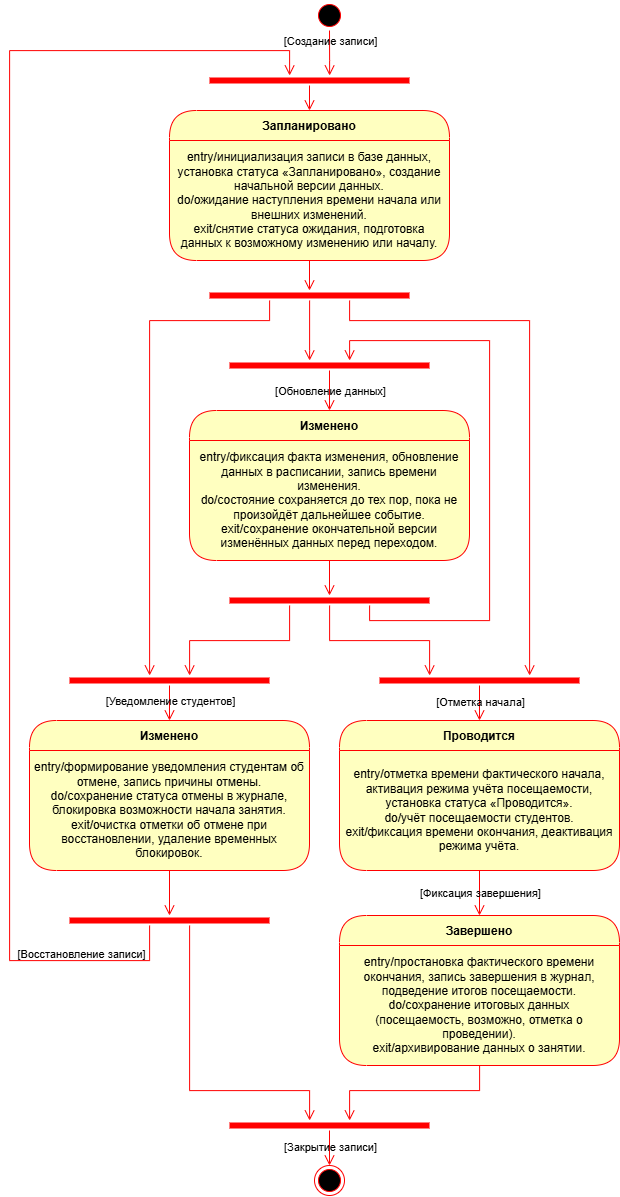
Earlier version of the draw.io export 6 семестр/Проектирование информационных систем/Практическая работа №7/ДиаграммаСостояний.drawio.png (Hohrandrey/RTU_MIREA_2023-2027). Source tidied: cells renumbered, new cells last; positions are measured from the earlier drawing's top-left corner, leaving out a move shared by most shapes. The source it was exported from:
```xml
<mxGraphModel>
  <root>
    <mxCell id="0" />
    <mxCell id="1" parent="0" />
    <mxCell id="2" style="ellipse;html=1;shape=startState;fillColor=#000000;strokeColor=#ff0000;" parent="1" vertex="1">
      <mxGeometry x="305" width="30" height="30" as="geometry" />
    </mxCell>
    <mxCell id="3" style="edgeStyle=orthogonalEdgeStyle;html=1;verticalAlign=bottom;endArrow=open;endSize=8;strokeColor=#ff0000;rounded=0;" parent="1" edge="1" source="43" target="14">
      <mxGeometry relative="1" as="geometry" />
    </mxCell>
    <mxCell id="4" style="edgeStyle=orthogonalEdgeStyle;html=1;verticalAlign=bottom;endArrow=open;endSize=8;strokeColor=#ff0000;rounded=0;" parent="1" edge="1" source="36" target="5">
      <mxGeometry relative="1" as="geometry" />
    </mxCell>
    <mxCell id="5" style="shape=line;html=1;strokeWidth=6;strokeColor=#ff0000;" parent="1" vertex="1">
      <mxGeometry x="200" y="290" width="200" height="10" as="geometry" />
    </mxCell>
    <mxCell id="6" style="edgeStyle=orthogonalEdgeStyle;html=1;verticalAlign=bottom;endArrow=open;endSize=8;strokeColor=#ff0000;rounded=0;" parent="1" edge="1" source="37" target="40">
      <mxGeometry relative="1" as="geometry" />
    </mxCell>
    <mxCell id="7" value="[Обновление данных]" style="edgeLabel;html=1;align=center;verticalAlign=middle;labelBackgroundColor=none;" parent="6" vertex="1">
      <mxGeometry x="0.02" y="-3" relative="1" as="geometry">
        <mxPoint x="3" as="offset" />
      </mxGeometry>
    </mxCell>
    <mxCell id="8" style="edgeStyle=orthogonalEdgeStyle;html=1;verticalAlign=bottom;endArrow=open;endSize=8;strokeColor=#ff0000;rounded=0;" parent="1" edge="1" source="41" target="25">
      <mxGeometry relative="1" as="geometry" />
    </mxCell>
    <mxCell id="9" style="edgeStyle=orthogonalEdgeStyle;html=1;verticalAlign=bottom;endArrow=open;endSize=8;strokeColor=#ff0000;rounded=0;" parent="1" edge="1" source="5" target="21">
      <mxGeometry relative="1" as="geometry">
        <Array as="points">
          <mxPoint x="260" y="320" />
          <mxPoint x="140" y="320" />
        </Array>
      </mxGeometry>
    </mxCell>
    <mxCell id="10" style="edgeStyle=orthogonalEdgeStyle;html=1;verticalAlign=bottom;endArrow=open;endSize=8;strokeColor=#ff0000;rounded=0;fontSize=12;align=center;" parent="1" edge="1" source="2" target="12">
      <mxGeometry relative="1" as="geometry">
        <Array as="points">
          <mxPoint x="320" y="60" />
          <mxPoint x="320" y="60" />
        </Array>
      </mxGeometry>
    </mxCell>
    <mxCell id="11" value="&lt;span&gt;[Создание записи]&lt;/span&gt;" style="edgeLabel;html=1;align=center;verticalAlign=middle;labelBackgroundColor=none;" parent="10" vertex="1">
      <mxGeometry x="-0.14" relative="1" as="geometry">
        <mxPoint y="-10" as="offset" />
      </mxGeometry>
    </mxCell>
    <mxCell id="12" style="shape=line;html=1;strokeWidth=6;strokeColor=#ff0000;" parent="1" vertex="1">
      <mxGeometry x="200" y="75" width="200" height="10" as="geometry" />
    </mxCell>
    <mxCell id="13" style="edgeStyle=orthogonalEdgeStyle;html=1;verticalAlign=bottom;endArrow=open;endSize=8;strokeColor=#ff0000;rounded=0;" parent="1" edge="1" source="12" target="35">
      <mxGeometry relative="1" as="geometry" />
    </mxCell>
    <mxCell id="14" style="shape=line;html=1;strokeWidth=6;strokeColor=#ff0000;align=center;verticalAlign=middle;fontFamily=Helvetica;fontSize=11;fontColor=default;labelBackgroundColor=none;fillColor=none;gradientColor=none;" parent="1" vertex="1">
      <mxGeometry x="60" y="915" width="200" height="10" as="geometry" />
    </mxCell>
    <mxCell id="15" style="edgeStyle=orthogonalEdgeStyle;html=1;verticalAlign=bottom;endArrow=open;endSize=8;strokeColor=#ff0000;rounded=0;fontFamily=Helvetica;fontSize=11;fontColor=default;labelBackgroundColor=none;" parent="1" edge="1" source="14" target="12">
      <mxGeometry relative="1" as="geometry">
        <Array as="points">
          <mxPoint x="140" y="960" />
          <mxPoint y="960" />
          <mxPoint y="50" />
          <mxPoint x="280" y="50" />
        </Array>
      </mxGeometry>
    </mxCell>
    <mxCell id="16" value="[Восстановление записи]" style="edgeLabel;html=1;align=center;verticalAlign=middle;fontFamily=Helvetica;fontSize=11;fontColor=default;labelBackgroundColor=none;fillColor=none;gradientColor=none;" parent="15" vertex="1">
      <mxGeometry x="-0.78" y="-2" relative="1" as="geometry">
        <mxPoint x="49" y="-5" as="offset" />
      </mxGeometry>
    </mxCell>
    <mxCell id="17" style="shape=line;html=1;strokeWidth=6;strokeColor=#ff0000;align=center;verticalAlign=middle;fontFamily=Helvetica;fontSize=11;fontColor=default;labelBackgroundColor=none;fillColor=none;gradientColor=none;" parent="1" vertex="1">
      <mxGeometry x="370" y="675" width="200" height="10" as="geometry" />
    </mxCell>
    <mxCell id="18" style="edgeStyle=orthogonalEdgeStyle;html=1;verticalAlign=bottom;endArrow=open;endSize=8;strokeColor=#ff0000;rounded=0;fontFamily=Helvetica;fontSize=11;fontColor=default;labelBackgroundColor=none;" parent="1" edge="1" source="17" target="44">
      <mxGeometry relative="1" as="geometry" />
    </mxCell>
    <mxCell id="19" value="[Отметка начала]" style="edgeLabel;html=1;align=center;verticalAlign=middle;fontFamily=Helvetica;fontSize=11;fontColor=default;labelBackgroundColor=none;fillColor=none;gradientColor=none;" parent="18" vertex="1">
      <mxGeometry x="-0.3" y="-2" relative="1" as="geometry">
        <mxPoint x="2" y="3" as="offset" />
      </mxGeometry>
    </mxCell>
    <mxCell id="20" style="edgeStyle=orthogonalEdgeStyle;html=1;verticalAlign=bottom;endArrow=open;endSize=8;strokeColor=#ff0000;rounded=0;fontFamily=Helvetica;fontSize=11;fontColor=default;labelBackgroundColor=none;" parent="1" edge="1" source="5" target="17">
      <mxGeometry relative="1" as="geometry">
        <Array as="points">
          <mxPoint x="340" y="320" />
          <mxPoint x="520" y="320" />
        </Array>
      </mxGeometry>
    </mxCell>
    <mxCell id="21" style="shape=line;html=1;strokeWidth=6;strokeColor=#ff0000;align=center;verticalAlign=middle;fontFamily=Helvetica;fontSize=11;fontColor=default;labelBackgroundColor=none;fillColor=none;gradientColor=none;" parent="1" vertex="1">
      <mxGeometry x="60" y="675" width="200" height="10" as="geometry" />
    </mxCell>
    <mxCell id="22" style="edgeStyle=orthogonalEdgeStyle;html=1;verticalAlign=bottom;endArrow=open;endSize=8;strokeColor=#ff0000;rounded=0;fontFamily=Helvetica;fontSize=11;fontColor=default;labelBackgroundColor=none;" parent="1" edge="1" source="21" target="42">
      <mxGeometry relative="1" as="geometry" />
    </mxCell>
    <mxCell id="23" value="[Уведомление студентов]" style="edgeLabel;html=1;align=center;verticalAlign=middle;fontFamily=Helvetica;fontSize=11;fontColor=default;labelBackgroundColor=none;fillColor=none;gradientColor=none;" parent="22" vertex="1">
      <mxGeometry x="-0.27" y="2" relative="1" as="geometry">
        <mxPoint x="-2" y="2" as="offset" />
      </mxGeometry>
    </mxCell>
    <mxCell id="24" style="edgeStyle=orthogonalEdgeStyle;html=1;verticalAlign=bottom;endArrow=open;endSize=8;strokeColor=#ff0000;rounded=0;fontFamily=Helvetica;fontSize=11;fontColor=default;labelBackgroundColor=none;" parent="1" edge="1" source="25" target="21">
      <mxGeometry relative="1" as="geometry">
        <Array as="points">
          <mxPoint x="280" y="640" />
          <mxPoint x="180" y="640" />
        </Array>
      </mxGeometry>
    </mxCell>
    <mxCell id="25" style="shape=line;html=1;strokeWidth=6;strokeColor=#ff0000;align=center;verticalAlign=middle;fontFamily=Helvetica;fontSize=11;fontColor=default;labelBackgroundColor=none;fillColor=none;gradientColor=none;" parent="1" vertex="1">
      <mxGeometry x="220" y="595" width="200" height="10" as="geometry" />
    </mxCell>
    <mxCell id="26" style="edgeStyle=orthogonalEdgeStyle;html=1;verticalAlign=bottom;endArrow=open;endSize=8;strokeColor=#ff0000;rounded=0;fontFamily=Helvetica;fontSize=11;fontColor=default;labelBackgroundColor=none;" parent="1" edge="1" source="25" target="17">
      <mxGeometry relative="1" as="geometry">
        <Array as="points">
          <mxPoint x="320" y="640" />
          <mxPoint x="420" y="640" />
        </Array>
      </mxGeometry>
    </mxCell>
    <mxCell id="27" style="edgeStyle=orthogonalEdgeStyle;html=1;verticalAlign=bottom;endArrow=open;endSize=8;strokeColor=#ff0000;rounded=0;fontFamily=Helvetica;fontSize=11;fontColor=default;labelBackgroundColor=none;" parent="1" edge="1" source="47" target="30">
      <mxGeometry relative="1" as="geometry">
        <Array as="points">
          <mxPoint x="470" y="1090" />
          <mxPoint x="340" y="1090" />
        </Array>
      </mxGeometry>
    </mxCell>
    <mxCell id="28" style="edgeStyle=orthogonalEdgeStyle;html=1;verticalAlign=bottom;endArrow=open;endSize=8;strokeColor=#ff0000;rounded=0;fontFamily=Helvetica;fontSize=11;fontColor=default;labelBackgroundColor=none;" parent="1" edge="1" source="45" target="46">
      <mxGeometry relative="1" as="geometry" />
    </mxCell>
    <mxCell id="29" value="[Фиксация завершения]" style="edgeLabel;html=1;align=center;verticalAlign=middle;fontFamily=Helvetica;fontSize=11;fontColor=default;labelBackgroundColor=none;fillColor=none;gradientColor=none;" parent="28" vertex="1">
      <mxGeometry x="-0.23" relative="1" as="geometry">
        <mxPoint y="4" as="offset" />
      </mxGeometry>
    </mxCell>
    <mxCell id="30" style="shape=line;html=1;strokeWidth=6;strokeColor=#ff0000;align=center;verticalAlign=middle;fontFamily=Helvetica;fontSize=11;fontColor=default;labelBackgroundColor=none;fillColor=none;gradientColor=none;" parent="1" vertex="1">
      <mxGeometry x="220" y="1120" width="200" height="10" as="geometry" />
    </mxCell>
    <mxCell id="31" style="edgeStyle=orthogonalEdgeStyle;html=1;verticalAlign=bottom;endArrow=open;endSize=8;strokeColor=#ff0000;rounded=0;fontFamily=Helvetica;fontSize=11;fontColor=default;labelBackgroundColor=none;" parent="1" edge="1" source="30" target="34">
      <mxGeometry relative="1" as="geometry" />
    </mxCell>
    <mxCell id="32" value="[Закрытие записи]" style="edgeLabel;html=1;align=center;verticalAlign=middle;fontFamily=Helvetica;fontSize=11;fontColor=default;labelBackgroundColor=none;fillColor=none;gradientColor=none;" parent="31" vertex="1">
      <mxGeometry x="-0.1" relative="1" as="geometry" />
    </mxCell>
    <mxCell id="33" style="edgeStyle=orthogonalEdgeStyle;html=1;verticalAlign=bottom;endArrow=open;endSize=8;strokeColor=#ff0000;rounded=0;fontFamily=Helvetica;fontSize=11;fontColor=default;labelBackgroundColor=none;" parent="1" edge="1" source="14" target="30">
      <mxGeometry relative="1" as="geometry">
        <Array as="points">
          <mxPoint x="180" y="1090" />
          <mxPoint x="300" y="1090" />
        </Array>
      </mxGeometry>
    </mxCell>
    <mxCell id="34" style="ellipse;html=1;shape=endState;fillColor=#000000;strokeColor=#ff0000;align=center;verticalAlign=middle;fontFamily=Helvetica;fontSize=11;fontColor=default;labelBackgroundColor=none;" parent="1" vertex="1">
      <mxGeometry x="305" y="1165" width="30" height="30" as="geometry" />
    </mxCell>
    <mxCell id="35" value="Запланировано" style="swimlane;fontStyle=1;align=center;verticalAlign=middle;horizontal=1;startSize=30;fontColor=#000000;rounded=1;arcSize=30;strokeColor=#ff0000;fillColor=#ffffc0;swimlaneFillColor=#ffffc0;" parent="1" vertex="1">
      <mxGeometry x="160" y="110" width="280" height="150" as="geometry" />
    </mxCell>
    <mxCell id="36" value="&lt;div&gt;entry/инициализация записи в базе данных, установка статуса «Запланировано», создание начальной версии данных.&lt;br&gt;&lt;span style=&quot;background-color: transparent; color: light-dark(rgb(0, 0, 0), rgb(237, 237, 237));&quot;&gt;do/ожидание наступления времени начала или внешних изменений.&lt;/span&gt;&lt;/div&gt;&lt;div&gt;&lt;span style=&quot;background-color: transparent; color: light-dark(rgb(0, 0, 0), rgb(237, 237, 237));&quot;&gt;exit/снятие статуса ожидания, подготовка данных к возможному изменению или началу.&lt;/span&gt;&lt;/div&gt;" style="text;html=1;strokeColor=none;fillColor=none;align=center;verticalAlign=middle;spacingLeft=4;spacingRight=4;whiteSpace=wrap;overflow=hidden;fontColor=#000000;" parent="35" vertex="1">
      <mxGeometry y="30" width="280" height="120" as="geometry" />
    </mxCell>
    <mxCell id="37" style="shape=line;html=1;strokeWidth=6;strokeColor=#ff0000;" parent="1" vertex="1">
      <mxGeometry x="220" y="360" width="200" height="10" as="geometry" />
    </mxCell>
    <mxCell id="38" style="edgeStyle=orthogonalEdgeStyle;html=1;verticalAlign=bottom;endArrow=open;endSize=8;strokeColor=#ff0000;rounded=0;" parent="1" edge="1" source="5" target="37">
      <mxGeometry relative="1" as="geometry">
        <Array as="points">
          <mxPoint x="300" y="350" />
          <mxPoint x="300" y="350" />
        </Array>
      </mxGeometry>
    </mxCell>
    <mxCell id="39" style="edgeStyle=orthogonalEdgeStyle;html=1;verticalAlign=bottom;endArrow=open;endSize=8;strokeColor=#ff0000;rounded=0;fontFamily=Helvetica;fontSize=11;fontColor=default;labelBackgroundColor=none;" parent="1" edge="1" source="25" target="37">
      <mxGeometry relative="1" as="geometry">
        <Array as="points">
          <mxPoint x="360" y="620" />
          <mxPoint x="480" y="620" />
          <mxPoint x="480" y="340" />
          <mxPoint x="340" y="340" />
        </Array>
      </mxGeometry>
    </mxCell>
    <mxCell id="40" value="Изменено" style="swimlane;fontStyle=1;align=center;verticalAlign=middle;horizontal=1;startSize=30;fontColor=#000000;rounded=1;arcSize=30;strokeColor=#ff0000;fillColor=#ffffc0;swimlaneFillColor=#ffffc0;" parent="1" vertex="1">
      <mxGeometry x="180" y="410" width="280" height="150" as="geometry" />
    </mxCell>
    <mxCell id="41" value="entry/фиксация факта изменения, обновление данных в расписании, запись времени изменения.&lt;br&gt;do/состояние сохраняется до тех пор, пока не произойдёт дальнейшее событие.&lt;br&gt;exit/сохранение окончательной версии изменённых данных перед переходом." style="text;html=1;strokeColor=none;fillColor=none;align=center;verticalAlign=middle;spacingLeft=4;spacingRight=4;whiteSpace=wrap;overflow=hidden;fontColor=#000000;" parent="40" vertex="1">
      <mxGeometry y="30" width="280" height="120" as="geometry" />
    </mxCell>
    <mxCell id="42" value="Изменено" style="swimlane;fontStyle=1;align=center;verticalAlign=middle;horizontal=1;startSize=30;fontColor=#000000;rounded=1;arcSize=30;strokeColor=#ff0000;fillColor=#ffffc0;swimlaneFillColor=#ffffc0;" parent="1" vertex="1">
      <mxGeometry x="20" y="720" width="280" height="150" as="geometry" />
    </mxCell>
    <mxCell id="43" value="entry/формирование уведомления студентам об отмене, запись причины отмены.&lt;br&gt;do/сохранение статуса отмены в журнале, блокировка возможности начала занятия.&lt;br&gt;exit/очистка отметки об отмене при восстановлении, удаление временных блокировок." style="text;html=1;strokeColor=none;fillColor=none;align=center;verticalAlign=middle;spacingLeft=4;spacingRight=4;whiteSpace=wrap;overflow=hidden;fontColor=#000000;" parent="42" vertex="1">
      <mxGeometry y="30" width="280" height="120" as="geometry" />
    </mxCell>
    <mxCell id="44" value="Проводится" style="swimlane;fontStyle=1;align=center;verticalAlign=middle;horizontal=1;startSize=30;fontColor=#000000;rounded=1;arcSize=30;strokeColor=#ff0000;fillColor=#ffffc0;swimlaneFillColor=#ffffc0;" parent="1" vertex="1">
      <mxGeometry x="330" y="720" width="280" height="150" as="geometry" />
    </mxCell>
    <mxCell id="45" value="entry/отметка времени фактического начала, активация режима учёта посещаемости, установка статуса «Проводится».&lt;br&gt;do/учёт посещаемости студентов.&lt;br&gt;exit/фиксация времени окончания, деактивация режима учёта." style="text;html=1;strokeColor=none;fillColor=none;align=center;verticalAlign=middle;spacingLeft=4;spacingRight=4;whiteSpace=wrap;overflow=hidden;fontColor=#000000;" parent="44" vertex="1">
      <mxGeometry y="30" width="280" height="120" as="geometry" />
    </mxCell>
    <mxCell id="46" value="Завершено" style="swimlane;fontStyle=1;align=center;verticalAlign=middle;horizontal=1;startSize=30;fontColor=#000000;rounded=1;arcSize=30;strokeColor=#ff0000;fillColor=#ffffc0;swimlaneFillColor=#ffffc0;" parent="1" vertex="1">
      <mxGeometry x="330" y="915" width="280" height="150" as="geometry" />
    </mxCell>
    <mxCell id="47" value="entry/простановка фактического времени окончания, запись завершения в журнал, подведение итогов посещаемости.&lt;br&gt;do/сохранение итоговых данных (посещаемость, возможно, отметка о проведении).&lt;br&gt;exit/архивирование данных о занятии." style="text;html=1;strokeColor=none;fillColor=none;align=center;verticalAlign=middle;spacingLeft=4;spacingRight=4;whiteSpace=wrap;overflow=hidden;fontColor=#000000;" parent="46" vertex="1">
      <mxGeometry y="30" width="280" height="120" as="geometry" />
    </mxCell>
  </root>
</mxGraphModel>
```
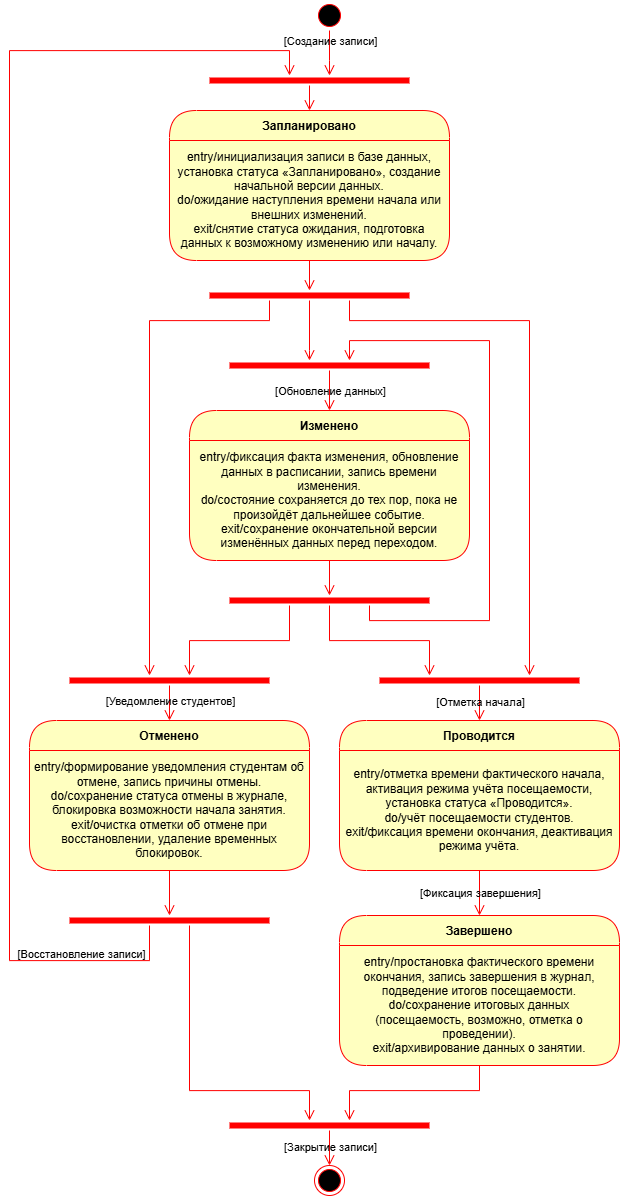
The same file after the commit.

The edit, as a diff of the source:
```diff
@@ -188,7 +188,7 @@
     <mxCell id="41" value="entry/фиксация факта изменения, обновление данных в расписании, запись времени изменения.&lt;br&gt;do/состояние сохраняется до тех пор, пока не произойдёт дальнейшее событие.&lt;br&gt;exit/сохранение окончательной версии изменённых данных перед переходом." style="text;html=1;strokeColor=none;fillColor=none;align=center;verticalAlign=middle;spacingLeft=4;spacingRight=4;whiteSpace=wrap;overflow=hidden;fontColor=#000000;" parent="40" vertex="1">
       <mxGeometry y="30" width="280" height="120" as="geometry" />
     </mxCell>
-    <mxCell id="42" value="Изменено" style="swimlane;fontStyle=1;align=center;verticalAlign=middle;horizontal=1;startSize=30;fontColor=#000000;rounded=1;arcSize=30;strokeColor=#ff0000;fillColor=#ffffc0;swimlaneFillColor=#ffffc0;" parent="1" vertex="1">
+    <mxCell id="42" value="Отменено" style="swimlane;fontStyle=1;align=center;verticalAlign=middle;horizontal=1;startSize=30;fontColor=#000000;rounded=1;arcSize=30;strokeColor=#ff0000;fillColor=#ffffc0;swimlaneFillColor=#ffffc0;" parent="1" vertex="1">
       <mxGeometry x="20" y="720" width="280" height="150" as="geometry" />
     </mxCell>
     <mxCell id="43" value="entry/формирование уведомления студентам об отмене, запись причины отмены.&lt;br&gt;do/сохранение статуса отмены в журнале, блокировка возможности начала занятия.&lt;br&gt;exit/очистка отметки об отмене при восстановлении, удаление временных блокировок." style="text;html=1;strokeColor=none;fillColor=none;align=center;verticalAlign=middle;spacingLeft=4;spacingRight=4;whiteSpace=wrap;overflow=hidden;fontColor=#000000;" parent="42" vertex="1">
```
